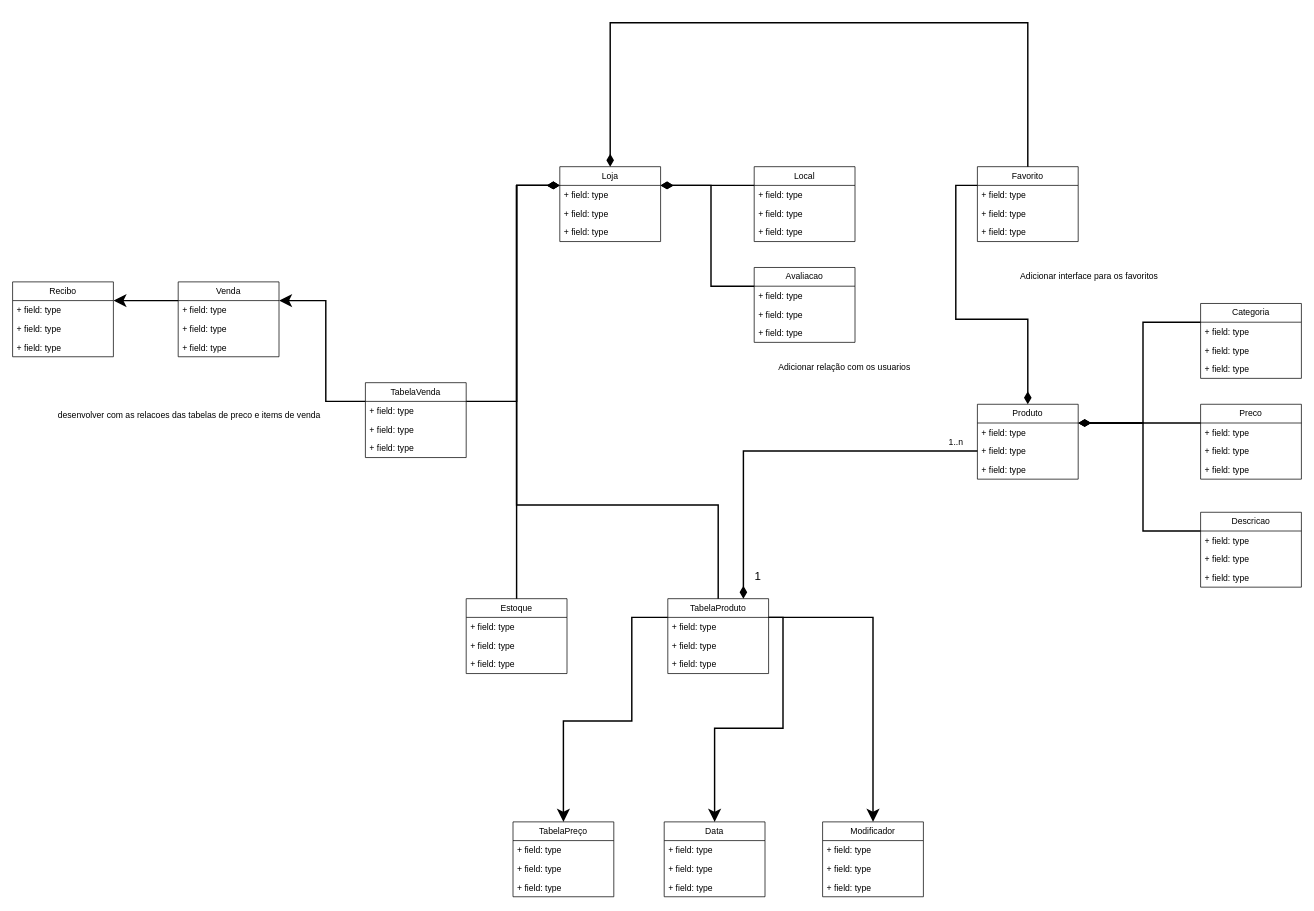
Above: diagrams/DiagramaDeClasse.drawio in Bruno-Ed-cs/cityShop (draw.io), before the change. Source tidied: cells renumbered, new cells numbered last; positions are measured from the earlier drawing's top-left corner, leaving out a move shared by most shapes. Both pictures are drawn from the tidied source at 72%, with x=0, y=0 at pixel (12, 22).
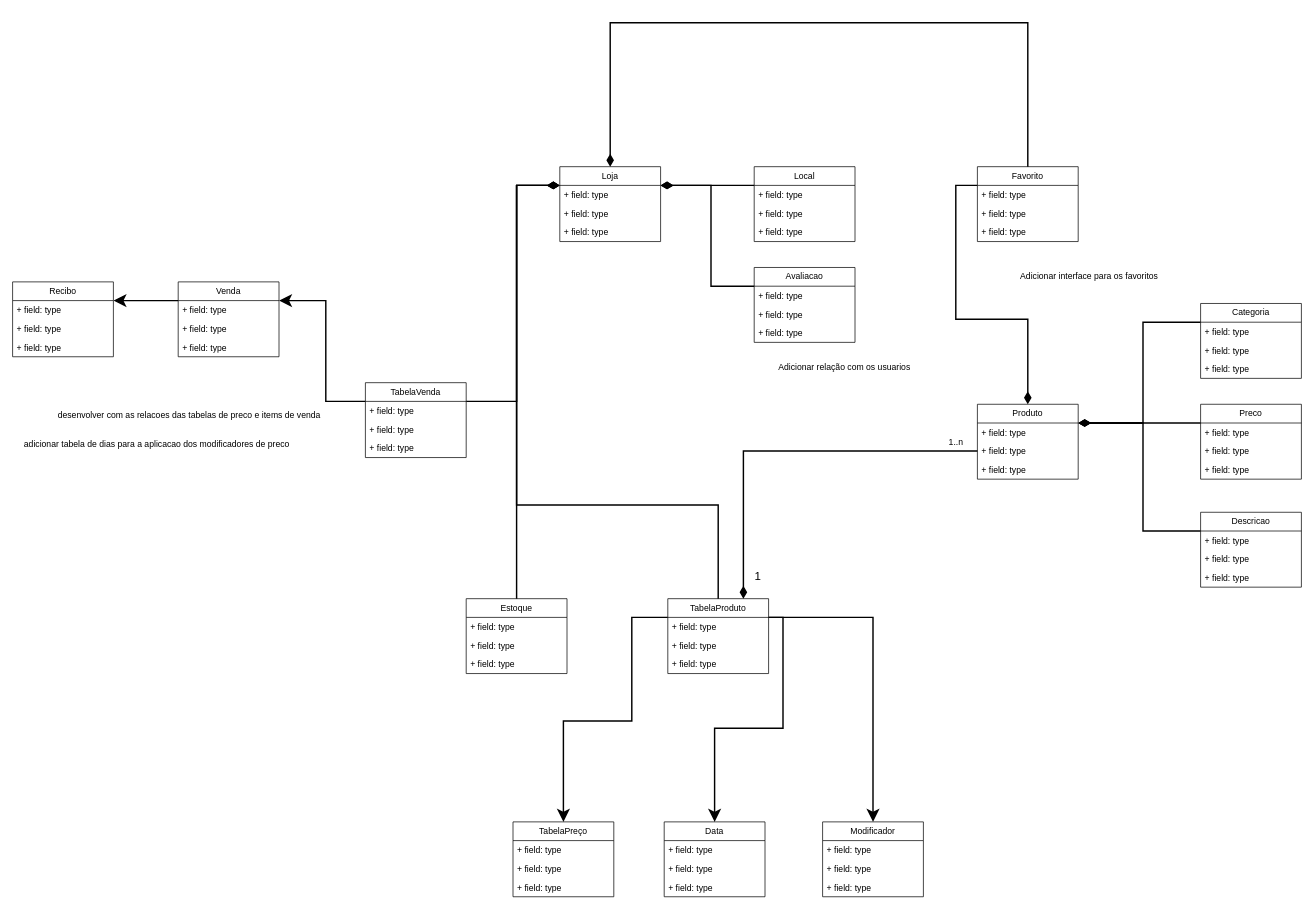
The same diagram, later.

Commit message (it also covers changes not shown here):
orientacoes de antonio

Diff of the diagram source:
```diff
@@
+    <mxCell id="87" value="adicionar tabela de dias para a aplicacao dos modificadores de preco&lt;div&gt;&lt;br&gt;&lt;/div&gt;" style="text;html=1;align=center;verticalAlign=middle;strokeColor=none;fillColor=none;" parent="1" vertex="1">
+      <mxGeometry x="5" y="573" width="390" height="40" as="geometry" />
+    </mxCell>
```
